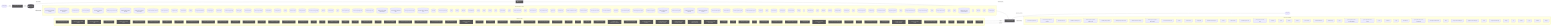
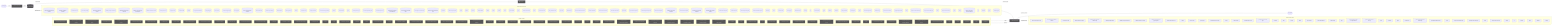
flowchart LR
  UserQ(["👤 User Query"])
  Embed["📐 Embedding Model"]
  VecDB[("📚 Vector Store")]
  Retriever["🔍 Retriever"]
  LLMNode["🧠 LLM / Generator"]
  Output(["✅ Response"])
  UserQ -->|query| Embed
  Embed -->|vector| VecDB
  VecDB -->|top-k chunks| Retriever
  Retriever -->|context + query| LLMNode
  LLMNode -->|generated answer| Output
  subgraph DetectedMemory["Detected memory stores"]
    det_detectedmemory_check_steering_feedback_contract_80134459[("check-steering-feedback-contract")]
    det_detectedmemory_normalize_workflow_contracts_8701f1c8[("normalize-workflow-contracts")]
    det_detectedmemory_run_harness_evals_77704768[("run-harness-evals")]
    det_detectedmemory_sync_codex_preflight_7e7a8dc2[("sync-codex-preflight")]
    det_detectedmemory_test_harness_upgrade_matrix_84113c4e[("test-harness-upgrade-matrix")]
    det_detectedmemory_validate_prompt_context_drift_8c949ef6[("validate-prompt-context-drift")]
    det_detectedmemory_validate_runtime_packet_schemas_bc3ba8ec[("validate-runtime-packet-schemas")]
    det_detectedmemory_validate_system_prompt_gap_adoption_62d8c955[("validate-system-prompt-gap-adoption")]
    det_detectedmemory_validate_workflow_contracts_33dc063c[("validate-workflow-contracts")]
    det_detectedmemory_branch_protect_core_a8feb0fd[("branch-protect-core")]
    det_detectedmemory_ci_migrate_core_7005b5af[("ci-migrate-core")]
    det_detectedmemory_context_health_80bb7da9[("context-health")]
    det_detectedmemory_context_ea7792a2[("context")]
    det_detectedmemory_docs_gate_classification_2f51c90b[("docs-gate-classification")]
    det_detectedmemory_docs_gate_types_d285abb6[("docs-gate-types")]
    det_detectedmemory_index_context_de3ed39d[("index-context")]
    det_detectedmemory_local_memory_preflight_dcc36c42[("local-memory-preflight")]
    det_detectedmemory_memory_gate_a577a506[("memory-gate")]
+     det_detectedmemory_next_recommendation_decisions_03315dd4[("next-recommendation-decisions")]
    det_detectedmemory_next_runner_state_be6fe997[("next-runner-state")]
    det_detectedmemory_pattern_scope_siblings_43abe000[("pattern-scope-siblings")]
    det_detectedmemory_review_context_ca6cf81d[("review-context")]
    det_detectedmemory_review_gate_core_4c8001f9[("review-gate-core")]
    det_detectedmemory_search_24193290[("search")]
    det_detectedmemory_session_context_e5ec72c0[("session-context")]
    det_detectedmemory_tooling_audit_core_328d6a41[("tooling-audit-core")]
    det_detectedmemory_run_local_memory_preflight_36e92808[("run-local-memory-preflight")]
    det_detectedmemory_checker_d2d2328e[("checker")]
    det_detectedmemory_context_health_1_ceb11829[("context-health")]
    det_detectedmemory_types_2_d9bc6e7a[("types")]
    det_detectedmemory_branch_protect_sync_570adb18[("branch-protect-sync")]
    det_detectedmemory_command_capability_rules_ca3f496a[("command-capability-rules")]
    det_detectedmemory_command_specs_core_1c0ffc99[("command-specs-core")]
    det_detectedmemory_local_memory_preflight_command_spec_9e23f3ce[("local-memory-preflight-command-spec")]
    det_detectedmemory_memory_gate_command_spec_dc9001a9[("memory-gate-command-spec")]
    det_detectedmemory_review_gate_command_spec_3187376a[("review-gate-command-spec")]
    det_detectedmemory_session_context_command_spec_973afbb1[("session-context-command-spec")]
    det_detectedmemory_constants_7517017f[("constants")]
    det_detectedmemory_context_compact_policy_3dcaf95d[("context-compact-policy")]
    det_detectedmemory_index_3_7e40d474[("index")]
    det_detectedmemory_indexer_70fa78e5[("indexer")]
    det_detectedmemory_init_error_5c7dd49f[("init-error")]
    det_detectedmemory_lexical_fallback_723e2b3e[("lexical-fallback")]
    det_detectedmemory_ollama_76e3c7bf[("ollama")]
    det_detectedmemory_rollout_a4fa034c[("rollout")]
    det_detectedmemory_sources_878a52fc[("sources")]
    det_detectedmemory_store_824d80d7[("store")]
    det_detectedmemory_sync_contract_c79fa191[("sync-contract")]
    det_detectedmemory_types_8_f6283648[("types")]
    det_detectedmemory_harness_run_context_ac7c77a9[("harness-run-context")]
    det_detectedmemory_index_4_013aa0e3[("index")]
    det_detectedmemory_json_schema_core_96d7e328[("json-schema-core")]
    det_detectedmemory_policy_validators_core_714a3fe7[("policy-validators-core")]
    det_detectedmemory_types_core_e405ddca[("types-core")]
    det_detectedmemory_validator_core_4358f8ba[("validator-core")]
    det_detectedmemory_archive_candidates_scanner_d0931789[("archive-candidates-scanner")]
    det_detectedmemory_archive_candidates_dc0e40e1[("archive-candidates")]
    det_detectedmemory_docs_task_eval_contract_79347457[("docs-task-eval-contract")]
    det_detectedmemory_docs_task_eval_fixtures_44902755[("docs-task-eval-fixtures")]
    det_detectedmemory_init_modes_c05ceb07[("init-modes")]
    det_detectedmemory_project_brain_templates_7ef51530[("project-brain-templates")]
    det_detectedmemory_scaffold_diagram_templates_dd88e83c[("scaffold-diagram-templates")]
    det_detectedmemory_scaffold_doc_templates_f6152330[("scaffold-doc-templates")]
    det_detectedmemory_scaffold_environment_templates_c1ceba6a[("scaffold-environment-templates")]
    det_detectedmemory_scaffold_hook_templates_8c74ab50[("scaffold-hook-templates")]
    det_detectedmemory_scaffold_root_command_templates_404fed7f[("scaffold-root-command-templates")]
    det_detectedmemory_scaffold_script_template_registry_69312d4e[("scaffold-script-template-registry")]
    det_detectedmemory_scaffold_shell_templates_0ad0f915[("scaffold-shell-templates")]
    det_detectedmemory_scaffold_surfaces_12d6494e[("scaffold-surfaces")]
    det_detectedmemory_scaffold_template_registry_b1cce2aa[("scaffold-template-registry")]
    det_detectedmemory_scaffold_workflow_template_92310587[("scaffold-workflow-template")]
    det_detectedmemory_eval_seed_5699fd3e[("eval-seed")]
    det_detectedmemory_index_10_f6785a46[("index")]
    det_detectedmemory_review_context_1_e3afed15[("review-context")]
    det_detectedmemory_memory_gate_1_265164ac[("memory-gate")]
    det_detectedmemory_branch_enforcer_acb749cd[("branch-enforcer")]
    det_detectedmemory_cli_args_5_09ea29f0[("cli-args")]
    det_detectedmemory_cli_7_dc4a9f7f[("cli")]
    det_detectedmemory_metrics_tracker_98cec29c[("metrics-tracker")]
    det_detectedmemory_types_19_eb4ad5f0[("types")]
    det_detectedmemory_validator_5_b19ac2be[("validator")]
    det_detectedmemory_classifier_fe1991a9[("classifier")]
    det_detectedmemory_tooling_baseline_50ab2eeb[("tooling-baseline")]
    det_detectedmemory_claim_helpers_20dc8387[("claim-helpers")]
    det_detectedmemory_types_24_c63dc1a7[("types")]
    det_detectedmemory_local_memory_smoke_1175abfc[("local-memory-smoke")]
    det_detectedmemory_local_memory_0db17ecc[("local-memory")]
    det_detectedmemory_performance_overload_c685bfcf[("performance-overload")]
    det_detectedmemory_suggestion_generator_0956f794[("suggestion-generator")]
    det_detectedmemory_index_12_762ec91b[("index")]
    det_detectedmemory_prompt_context_drift_report_3257a95c[("prompt-context-drift-report")]
    det_detectedmemory_prompt_context_drift_types_ba6863d4[("prompt-context-drift-types")]
    det_detectedmemory_index_13_97df39c8[("index")]
    det_detectedmemory_prompt_context_receipt_17b862b2[("prompt-context-receipt")]
    det_detectedmemory_types_31_eb363e20[("types")]
    det_detectedmemory_policy_1_fc4198db[("policy")]
    det_detectedmemory_runtime_card_codex_runtime_validation_d8ce9934[("runtime-card-codex-runtime-validation")]
    det_detectedmemory_cli_12_01c06c37[("cli")]
    det_detectedmemory_collector_0736fd5b[("collector")]
    det_detectedmemory_types_34_85e6a0bb[("types")]
    det_detectedmemory_overload_guard_2748c559[("overload-guard")]
  end
  VecDB -. "implemented by" .-> DetectedMemory
  subgraph DetectedLLM["Detected LLM clients"]
    det_detectedllm_check_codex_agent_roles_5bb2e89b["check-codex-agent-roles"]
    det_detectedllm_check_steering_feedback_contract_80134459["check-steering-feedback-contract"]
    det_detectedllm_run_harness_evals_77704768["run-harness-evals"]
    det_detectedllm_validate_decision_request_2e5c325e["validate-decision-request"]
    det_detectedllm_validate_goal_completion_audit_receipt_100d252c["validate-goal-completion-audit-receipt"]
    det_detectedllm_validate_packaged_skill_5e32c890["validate-packaged-skill"]
    det_detectedllm_validate_prompt_context_drift_8c949ef6["validate-prompt-context-drift"]
    det_detectedllm_validate_reviewer_coverage_251efee3["validate-reviewer-coverage"]
    det_detectedllm_validate_system_prompt_gap_adoption_62d8c955["validate-system-prompt-gap-adoption"]
    det_detectedllm_check_environment_core_2c16213f["check-environment-core"]
    det_detectedllm_context_ea7792a2["context"]
    det_detectedllm_index_context_de3ed39d["index-context"]
    det_detectedllm_prompt_gate_c5e9d207["prompt-gate"]
    det_detectedllm_remediate_runner_helpers_929fedcc["remediate-runner-helpers"]
    det_detectedllm_search_24193290["search"]
    det_detectedllm_context_health_1_ceb11829["context-health"]
    det_detectedllm_command_specs_core_1c0ffc99["command-specs-core"]
    det_detectedllm_prompt_gate_command_spec_9a941482["prompt-gate-command-spec"]
    det_detectedllm_constants_7517017f["constants"]
    det_detectedllm_index_3_7e40d474["index"]
    det_detectedllm_indexer_70fa78e5["indexer"]
    det_detectedllm_ollama_76e3c7bf["ollama"]
    det_detectedllm_sync_contract_c79fa191["sync-contract"]
    det_detectedllm_north_star_validators_cfc926ce["north-star-validators"]
    det_detectedllm_hilt_boundary_9b36fb15["hilt-boundary"]
    det_detectedllm_types_10_75e5a4a0["types"]
    det_detectedllm_goal_completion_audit_receipt_validation_9d0f4891["goal-completion-audit-receipt-validation"]
    det_detectedllm_goal_completion_audit_receipt_5e4939c3["goal-completion-audit-receipt"]
    det_detectedllm_index_5_522f772a["index"]
    det_detectedllm_constants_1_a84e15f0["constants"]
    det_detectedllm_types_17_ed30531c["types"]
    det_detectedllm_sensitive_text_7c11f760["sensitive-text"]
    det_detectedllm_pr_template_linked_issue_relationship_a7b61f2c["pr-template-linked-issue-relationship"]
    det_detectedllm_pr_template_validator_rules_20a32d6b["pr-template-validator-rules"]
    det_detectedllm_index_12_762ec91b["index"]
    det_detectedllm_prompt_context_drift_report_3257a95c["prompt-context-drift-report"]
    det_detectedllm_prompt_context_drift_types_ba6863d4["prompt-context-drift-types"]
    det_detectedllm_index_13_97df39c8["index"]
    det_detectedllm_prompt_context_receipt_17b862b2["prompt-context-receipt"]
    det_detectedllm_cli_args_9_9c136878["cli-args"]
    det_detectedllm_cli_11_338a8415["cli"]
    det_detectedllm_sections_4697ef32["sections"]
    det_detectedllm_types_27_4d134744["types"]
    det_detectedllm_validator_7_f836eb0e["validator"]
    det_detectedllm_cli_args_10_861cdd3f["cli-args"]
  end
  LLMNode -. "implemented by" .-> DetectedLLM
  subgraph DetectedTools["Agentic tool calls"]
    det_detectedtools_check_codex_agent_roles_5bb2e89b["🔧 check-codex-agent-roles"]
    det_detectedtools_check_steering_feedback_contract_80134459["🔧 check-steering-feedback-contract"]
    det_detectedtools_check_tooling_baseline_parity_3124b30a["🔧 check-tooling-baseline-parity"]
    det_detectedtools_run_harness_evals_77704768["🔧 run-harness-evals"]
    det_detectedtools_validate_action_review_receipt_fa2f06c3["🔧 validate-action-review-receipt"]
    det_detectedtools_validate_packaged_skill_5e32c890["🔧 validate-packaged-skill"]
    det_detectedtools_validate_replay_packet_f309747e["🔧 validate-replay-packet"]
    det_detectedtools_ci_migrate_core_7005b5af["🔧 ci-migrate-core"]
    det_detectedtools_doctor_checks_5a2eb2b9["🔧 doctor-checks"]
    det_detectedtools_doctor_github_tool_check_e0a938df["🔧 doctor-github-tool-check"]
    det_detectedtools_doctor_github_tool_checks_a53b0382["🔧 doctor-github-tool-checks"]
    det_detectedtools_doctor_tool_checks_4acac51a["🔧 doctor-tool-checks"]
    det_detectedtools_fleet_plan_repo_ecdc6499["🔧 fleet-plan-repo"]
    det_detectedtools_next_blocked_decisions_4140ad2b["🔧 next-blocked-decisions"]
+     det_detectedtools_next_pr_closeout_contract_af31d30a["🔧 next-pr-closeout-contract"]
    det_detectedtools_policy_gate_213f7313["🔧 policy-gate"]
    det_detectedtools_remediate_cli_output_cc165396["🔧 remediate-cli-output"]
    det_detectedtools_remediate_runner_helpers_929fedcc["🔧 remediate-runner-helpers"]
    det_detectedtools_review_gate_core_4c8001f9["🔧 review-gate-core"]
    det_detectedtools_index_1bc04b52["🔧 index"]
    det_detectedtools_types_1_4ecdf56e["🔧 types"]
    det_detectedtools_validation_constants_e002a0f6["🔧 validation-constants"]
    det_detectedtools_validation_98c41dcd["🔧 validation"]
    det_detectedtools_checker_d2d2328e["🔧 checker"]
    det_detectedtools_shared_state_policy_edc9c4db["🔧 shared-state-policy"]
    det_detectedtools_cli_args_1_6144b055["🔧 cli-args"]
    det_detectedtools_command_capabilities_a4d5c71e["🔧 command-capabilities"]
    det_detectedtools_command_capability_rules_ca3f496a["🔧 command-capability-rules"]
    det_detectedtools_linear_command_actions_e430f4f4["🔧 linear-command-actions"]
    det_detectedtools_linear_command_runner_4a740dfc["🔧 linear-command-runner"]
    det_detectedtools_policy_validators_core_714a3fe7["🔧 policy-validators-core"]
    det_detectedtools_shared_state_action_validator_e7b128cd["🔧 shared-state-action-validator"]
    det_detectedtools_types_core_e405ddca["🔧 types-core"]
    det_detectedtools_validator_core_4358f8ba["🔧 validator-core"]
    det_detectedtools_validator_helpers_7b927667["🔧 validator-helpers"]
    det_detectedtools_he_phase_exit_core_1148895b["🔧 he-phase-exit-core"]
    det_detectedtools_environment_runtime_3206f0a8["🔧 environment-runtime"]
    det_detectedtools_observed_skill_usage_ed7d5930["🔧 observed-skill-usage"]
    det_detectedtools_closure_evidence_aaa31467["🔧 closure-evidence"]
    det_detectedtools_pr_creator_dc6b1ea4["🔧 pr-creator"]
    det_detectedtools_client_948fe603["🔧 client"]
    det_detectedtools_init_output_360dce91["🔧 init-output"]
    det_detectedtools_scaffold_ci_templates_2afd6392["🔧 scaffold-ci-templates"]
    det_detectedtools_scaffold_codex_environment_templates_334fbbed["🔧 scaffold-codex-environment-templates"]
    det_detectedtools_scaffold_config_templates_4b80ce53["🔧 scaffold-config-templates"]
    det_detectedtools_scaffold_environment_templates_c1ceba6a["🔧 scaffold-environment-templates"]
    det_detectedtools_scaffold_github_actions_pr_pipeline_renderer_1ee18de5["🔧 scaffold-github-actions-pr-pipeline-renderer"]
    det_detectedtools_scaffold_github_actions_pr_pipeline_template_e2b85f62["🔧 scaffold-github-actions-pr-pipeline-template"]
    det_detectedtools_scaffold_package_command_template_80e32e83["🔧 scaffold-package-command-template"]
    det_detectedtools_scaffold_release_private_npm_template_075499f8["🔧 scaffold-release-private-npm-template"]
    det_detectedtools_constants_1_a84e15f0["🔧 constants"]
    det_detectedtools_index_9_32dd4d91["🔧 index"]
    det_detectedtools_validation_common_6161e48b["🔧 validation-common"]
    det_detectedtools_cli_7_dc4a9f7f["🔧 cli"]
    det_detectedtools_metrics_tracker_98cec29c["🔧 metrics-tracker"]
    det_detectedtools_normalise_renderer_85f2e563["🔧 normalise-renderer"]
    det_detectedtools_evaluation_engine_core_e054fe49["🔧 evaluation-engine-core"]
    det_detectedtools_tooling_baseline_50ab2eeb["🔧 tooling-baseline"]
    det_detectedtools_prompt_context_drift_report_3257a95c["🔧 prompt-context-drift-report"]
    det_detectedtools_prompt_context_drift_types_ba6863d4["🔧 prompt-context-drift-types"]
    det_detectedtools_replay_packet_a1293f88["🔧 replay-packet"]
    det_detectedtools_index_14_d982116c["🔧 index"]
    det_detectedtools_review_lifecycle_contract_e5447221["🔧 review-lifecycle-contract"]
    det_detectedtools_review_lifecycle_89afa64c["🔧 review-lifecycle"]
    det_detectedtools_runtime_card_codex_runtime_validation_d8ce9934["🔧 runtime-card-codex-runtime-validation"]
    det_detectedtools_runtime_card_codex_runtime_0655e230["🔧 runtime-card-codex-runtime"]
    det_detectedtools_runtime_evidence_bundle_d471a232["🔧 runtime-evidence-bundle"]
    det_detectedtools_types_36_674380ec["🔧 types"]
    det_detectedtools_index_17_642943a2["🔧 index"]
    det_detectedtools_projection_1b250ea1["🔧 projection"]
    det_detectedtools_types_38_e8efcd57["🔧 types"]
    det_detectedtools_validation_7_c4e6d8b6["🔧 validation"]
  end
  LLMNode -->|tool use| DetectedTools
  DetectedTools -->|result| LLMNode
  classDef memNode fill:#555,color:#fff
  class VecDB,Retriever memNode
  classDef llmNode fill:#555,color:#fff
  class LLMNode,Embed llmNode
  classDef toolNode fill:#555,color:#fff
-   class det_detectedtools_check_codex_agent_roles_5bb2e89b,det_detectedtools_check_steering_feedback_contract_80134459,det_detectedtools_check_tooling_baseline_parity_3124b30a,det_detectedtools_run_harness_evals_77704768,det_detectedtools_validate_action_review_receipt_fa2f06c3,det_detectedtools_validate_packaged_skill_5e32c890,det_detectedtools_validate_replay_packet_f309747e,det_detectedtools_ci_migrate_core_7005b5af,det_detectedtools_doctor_checks_5a2eb2b9,det_detectedtools_doctor_github_tool_check_e0a938df,det_detectedtools_doctor_github_tool_checks_a53b0382,det_detectedtools_doctor_tool_checks_4acac51a,det_detectedtools_fleet_plan_repo_ecdc6499,det_detectedtools_next_blocked_decisions_4140ad2b,det_detectedtools_policy_gate_213f7313,det_detectedtools_remediate_cli_output_cc165396,det_detectedtools_remediate_runner_helpers_929fedcc,det_detectedtools_review_gate_core_4c8001f9,det_detectedtools_index_1bc04b52,det_detectedtools_types_1_4ecdf56e,det_detectedtools_validation_constants_e002a0f6,det_detectedtools_validation_98c41dcd,det_detectedtools_checker_d2d2328e,det_detectedtools_shared_state_policy_edc9c4db,det_detectedtools_cli_args_1_6144b055,det_detectedtools_command_capabilities_a4d5c71e,det_detectedtools_command_capability_rules_ca3f496a,det_detectedtools_linear_command_actions_e430f4f4,det_detectedtools_linear_command_runner_4a740dfc,det_detectedtools_policy_validators_core_714a3fe7,det_detectedtools_shared_state_action_validator_e7b128cd,det_detectedtools_types_core_e405ddca,det_detectedtools_validator_core_4358f8ba,det_detectedtools_validator_helpers_7b927667,det_detectedtools_he_phase_exit_core_1148895b,det_detectedtools_environment_runtime_3206f0a8,det_detectedtools_observed_skill_usage_ed7d5930,det_detectedtools_closure_evidence_aaa31467,det_detectedtools_pr_creator_dc6b1ea4,det_detectedtools_client_948fe603,det_detectedtools_init_output_360dce91,det_detectedtools_scaffold_ci_templates_2afd6392,det_detectedtools_scaffold_codex_environment_templates_334fbbed,det_detectedtools_scaffold_config_templates_4b80ce53,det_detectedtools_scaffold_environment_templates_c1ceba6a,det_detectedtools_scaffold_github_actions_pr_pipeline_renderer_1ee18de5,det_detectedtools_scaffold_github_actions_pr_pipeline_template_e2b85f62,det_detectedtools_scaffold_package_command_template_80e32e83,det_detectedtools_scaffold_release_private_npm_template_075499f8,det_detectedtools_constants_1_a84e15f0,det_detectedtools_index_9_32dd4d91,det_detectedtools_validation_common_6161e48b,det_detectedtools_cli_7_dc4a9f7f,det_detectedtools_metrics_tracker_98cec29c,det_detectedtools_normalise_renderer_85f2e563,det_detectedtools_evaluation_engine_core_e054fe49,det_detectedtools_tooling_baseline_50ab2eeb,det_detectedtools_prompt_context_drift_report_3257a95c,det_detectedtools_prompt_context_drift_types_ba6863d4,det_detectedtools_replay_packet_a1293f88,det_detectedtools_index_14_d982116c,det_detectedtools_review_lifecycle_contract_e5447221,det_detectedtools_review_lifecycle_89afa64c,det_detectedtools_runtime_card_codex_runtime_validation_d8ce9934,det_detectedtools_runtime_card_codex_runtime_0655e230,det_detectedtools_runtime_evidence_bundle_d471a232,det_detectedtools_types_36_674380ec,det_detectedtools_index_17_642943a2,det_detectedtools_projection_1b250ea1,det_detectedtools_types_38_e8efcd57,det_detectedtools_validation_7_c4e6d8b6 toolNode
+   class det_detectedtools_check_codex_agent_roles_5bb2e89b,det_detectedtools_check_steering_feedback_contract_80134459,det_detectedtools_check_tooling_baseline_parity_3124b30a,det_detectedtools_run_harness_evals_77704768,det_detectedtools_validate_action_review_receipt_fa2f06c3,det_detectedtools_validate_packaged_skill_5e32c890,det_detectedtools_validate_replay_packet_f309747e,det_detectedtools_ci_migrate_core_7005b5af,det_detectedtools_doctor_checks_5a2eb2b9,det_detectedtools_doctor_github_tool_check_e0a938df,det_detectedtools_doctor_github_tool_checks_a53b0382,det_detectedtools_doctor_tool_checks_4acac51a,det_detectedtools_fleet_plan_repo_ecdc6499,det_detectedtools_next_blocked_decisions_4140ad2b,det_detectedtools_next_pr_closeout_contract_af31d30a,det_detectedtools_policy_gate_213f7313,det_detectedtools_remediate_cli_output_cc165396,det_detectedtools_remediate_runner_helpers_929fedcc,det_detectedtools_review_gate_core_4c8001f9,det_detectedtools_index_1bc04b52,det_detectedtools_types_1_4ecdf56e,det_detectedtools_validation_constants_e002a0f6,det_detectedtools_validation_98c41dcd,det_detectedtools_checker_d2d2328e,det_detectedtools_shared_state_policy_edc9c4db,det_detectedtools_cli_args_1_6144b055,det_detectedtools_command_capabilities_a4d5c71e,det_detectedtools_command_capability_rules_ca3f496a,det_detectedtools_linear_command_actions_e430f4f4,det_detectedtools_linear_command_runner_4a740dfc,det_detectedtools_policy_validators_core_714a3fe7,det_detectedtools_shared_state_action_validator_e7b128cd,det_detectedtools_types_core_e405ddca,det_detectedtools_validator_core_4358f8ba,det_detectedtools_validator_helpers_7b927667,det_detectedtools_he_phase_exit_core_1148895b,det_detectedtools_environment_runtime_3206f0a8,det_detectedtools_observed_skill_usage_ed7d5930,det_detectedtools_closure_evidence_aaa31467,det_detectedtools_pr_creator_dc6b1ea4,det_detectedtools_client_948fe603,det_detectedtools_init_output_360dce91,det_detectedtools_scaffold_ci_templates_2afd6392,det_detectedtools_scaffold_codex_environment_templates_334fbbed,det_detectedtools_scaffold_config_templates_4b80ce53,det_detectedtools_scaffold_environment_templates_c1ceba6a,det_detectedtools_scaffold_github_actions_pr_pipeline_renderer_1ee18de5,det_detectedtools_scaffold_github_actions_pr_pipeline_template_e2b85f62,det_detectedtools_scaffold_package_command_template_80e32e83,det_detectedtools_scaffold_release_private_npm_template_075499f8,det_detectedtools_constants_1_a84e15f0,det_detectedtools_index_9_32dd4d91,det_detectedtools_validation_common_6161e48b,det_detectedtools_cli_7_dc4a9f7f,det_detectedtools_metrics_tracker_98cec29c,det_detectedtools_normalise_renderer_85f2e563,det_detectedtools_evaluation_engine_core_e054fe49,det_detectedtools_tooling_baseline_50ab2eeb,det_detectedtools_prompt_context_drift_report_3257a95c,det_detectedtools_prompt_context_drift_types_ba6863d4,det_detectedtools_replay_packet_a1293f88,det_detectedtools_index_14_d982116c,det_detectedtools_review_lifecycle_contract_e5447221,det_detectedtools_review_lifecycle_89afa64c,det_detectedtools_runtime_card_codex_runtime_validation_d8ce9934,det_detectedtools_runtime_card_codex_runtime_0655e230,det_detectedtools_runtime_evidence_bundle_d471a232,det_detectedtools_types_36_674380ec,det_detectedtools_index_17_642943a2,det_detectedtools_projection_1b250ea1,det_detectedtools_types_38_e8efcd57,det_detectedtools_validation_7_c4e6d8b6 toolNode
